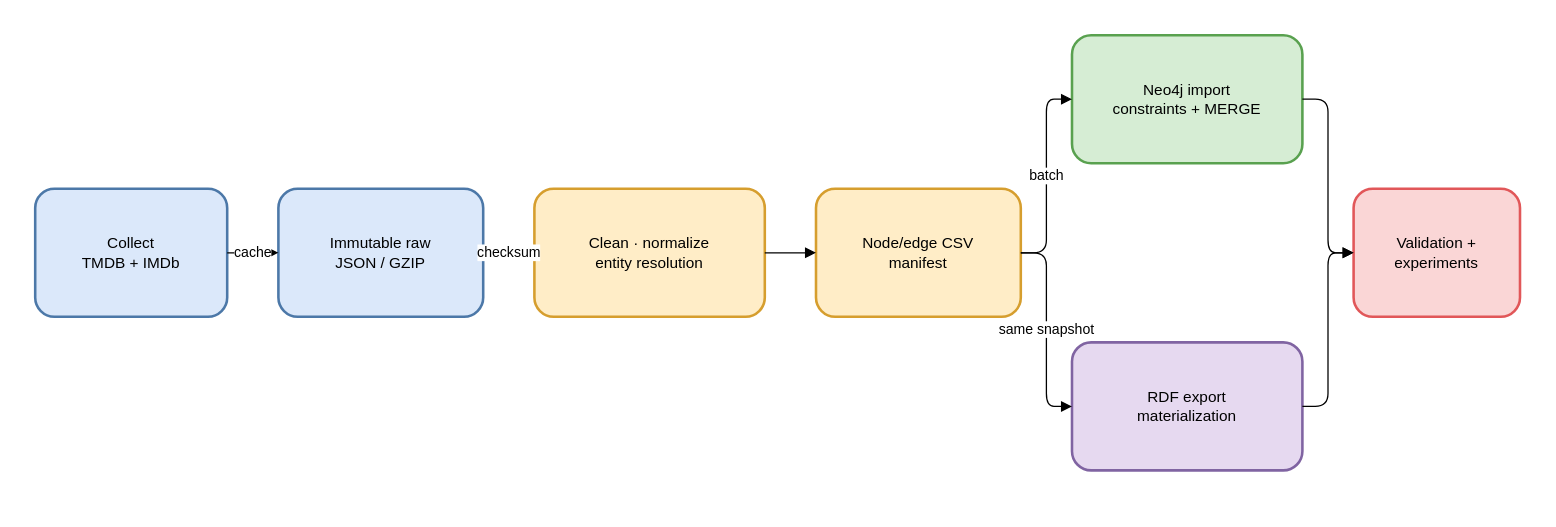
This is report_latex/images/sources/etl_pipeline.drawio from khanhhk/advanced_database, a draw.io file, before an edit. Source tidied: cells renumbered, new cells numbered last; positions are measured from the earlier drawing's top-left corner, leaving out a move shared by most shapes. Both pictures are drawn from the tidied source at 128%, with x=0, y=0 at pixel (35, 35).
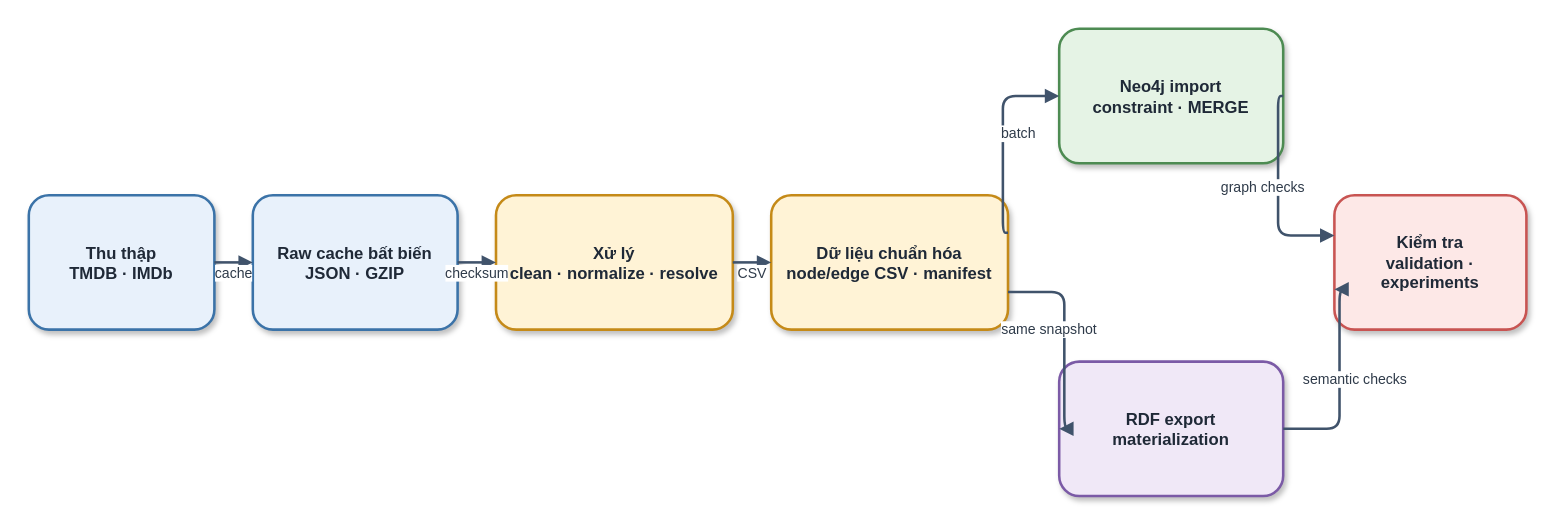
The same diagram, later.

Change to the diagram source:
```diff
@@
-    <mxCell id="2" value="Collect&#10;TMDB + IMDb" style="rounded=1;whiteSpace=wrap;html=1;fillColor=#dbe8fa;strokeColor=#4c78a8;strokeWidth=2;" parent="1" vertex="1">
-      <mxGeometry y="120" width="150" height="100" as="geometry" />
+    <mxCell id="2" value="Thu thập&#10;TMDB · IMDb" style="rounded=1;whiteSpace=wrap;html=1;fillColor=#E8F1FB;strokeColor=#3B73A8;strokeWidth=2;fontSize=13;fontColor=#1F2937;fontStyle=1;spacing=8;shadow=1;" parent="1" vertex="1">
+      <mxGeometry x="-5" y="125" width="145" height="105" as="geometry" />
     </mxCell>
-    <mxCell id="3" value="Immutable raw&#10;JSON / GZIP" style="rounded=1;whiteSpace=wrap;html=1;fillColor=#dbe8fa;strokeColor=#4c78a8;strokeWidth=2;" parent="1" vertex="1">
-      <mxGeometry x="190" y="120" width="160" height="100" as="geometry" />
+    <mxCell id="3" value="Raw cache bất biến&#10;JSON · GZIP" style="rounded=1;whiteSpace=wrap;html=1;fillColor=#E8F1FB;strokeColor=#3B73A8;strokeWidth=2;fontSize=13;fontColor=#1F2937;fontStyle=1;spacing=8;shadow=1;" parent="1" vertex="1">
+      <mxGeometry x="170" y="125" width="160" height="105" as="geometry" />
     </mxCell>
-    <mxCell id="4" value="Clean · normalize&#10;entity resolution" style="rounded=1;whiteSpace=wrap;html=1;fillColor=#ffedc7;strokeColor=#d69e2e;strokeWidth=2;" parent="1" vertex="1">
-      <mxGeometry x="390" y="120" width="180" height="100" as="geometry" />
+    <mxCell id="4" value="Xử lý&#10;clean · normalize · resolve" style="rounded=1;whiteSpace=wrap;html=1;fillColor=#FFF3D6;strokeColor=#C58A18;strokeWidth=2;fontSize=13;fontColor=#1F2937;fontStyle=1;spacing=8;shadow=1;" parent="1" vertex="1">
+      <mxGeometry x="360" y="125" width="185" height="105" as="geometry" />
     </mxCell>
-    <mxCell id="5" value="Node/edge CSV&#10;manifest" style="rounded=1;whiteSpace=wrap;html=1;fillColor=#ffedc7;strokeColor=#d69e2e;strokeWidth=2;" parent="1" vertex="1">
-      <mxGeometry x="610" y="120" width="160" height="100" as="geometry" />
+    <mxCell id="5" value="Dữ liệu chuẩn hóa&#10;node/edge CSV · manifest" style="rounded=1;whiteSpace=wrap;html=1;fillColor=#FFF3D6;strokeColor=#C58A18;strokeWidth=2;fontSize=13;fontColor=#1F2937;fontStyle=1;spacing=8;shadow=1;" parent="1" vertex="1">
+      <mxGeometry x="575" y="125" width="185" height="105" as="geometry" />
     </mxCell>
-    <mxCell id="6" value="Neo4j import&#10;constraints + MERGE" style="rounded=1;whiteSpace=wrap;html=1;fillColor=#d6edd4;strokeColor=#59a14f;strokeWidth=2;" parent="1" vertex="1">
-      <mxGeometry x="810" width="180" height="100" as="geometry" />
+    <mxCell id="6" value="Neo4j import&#10;constraint · MERGE" style="rounded=1;whiteSpace=wrap;html=1;fillColor=#E5F3E5;strokeColor=#4D8B52;strokeWidth=2;fontSize=13;fontColor=#1F2937;fontStyle=1;spacing=8;shadow=1;" parent="1" vertex="1">
+      <mxGeometry x="800" y="-5" width="175" height="105" as="geometry" />
     </mxCell>
-    <mxCell id="7" value="RDF export&#10;materialization" style="rounded=1;whiteSpace=wrap;html=1;fillColor=#e6d9f0;strokeColor=#8064a2;strokeWidth=2;" parent="1" vertex="1">
-      <mxGeometry x="810" y="240" width="180" height="100" as="geometry" />
+    <mxCell id="7" value="RDF export&#10;materialization" style="rounded=1;whiteSpace=wrap;html=1;fillColor=#F0E8F7;strokeColor=#7B5AA6;strokeWidth=2;fontSize=13;fontColor=#1F2937;fontStyle=1;spacing=8;shadow=1;" parent="1" vertex="1">
+      <mxGeometry x="800" y="255" width="175" height="105" as="geometry" />
     </mxCell>
-    <mxCell id="8" value="Validation +&#10;experiments" style="rounded=1;whiteSpace=wrap;html=1;fillColor=#fad6d6;strokeColor=#e15759;strokeWidth=2;" parent="1" vertex="1">
-      <mxGeometry x="1030" y="120" width="130" height="100" as="geometry" />
+    <mxCell id="8" value="Kiểm tra&#10;validation · experiments" style="rounded=1;whiteSpace=wrap;html=1;fillColor=#FDE8E7;strokeColor=#C85452;strokeWidth=2;fontSize=13;fontColor=#1F2937;fontStyle=1;spacing=8;shadow=1;" parent="1" vertex="1">
+      <mxGeometry x="1015" y="125" width="150" height="105" as="geometry" />
     </mxCell>
-    <mxCell id="9" value="cache" style="edgeStyle=orthogonalEdgeStyle;rounded=1;jettySize=auto;html=1;endArrow=block;exitX=1;exitY=0.5;exitDx=0;exitDy=0;entryX=0;entryY=0.5;entryDx=0;entryDy=0;" parent="1" edge="1" source="2" target="3">
-      <mxGeometry relative="1" as="geometry" />
+    <mxCell id="9" value="cache" style="edgeStyle=orthogonalEdgeStyle;rounded=1;jettySize=auto;html=1;endArrow=block;endFill=1;strokeColor=#40536B;strokeWidth=2;fontSize=11;fontColor=#2F3B4A;labelBackgroundColor=#FFFFFF;spacingBottom=8;exitX=1;exitY=0.5;exitDx=0;exitDy=0;entryX=0;entryY=0.5;entryDx=0;entryDy=0;" parent="1" edge="1" source="2" target="3">
+      <mxGeometry y="-12" relative="1" as="geometry" />
     </mxCell>
-    <mxCell id="10" value="checksum" style="edgeStyle=orthogonalEdgeStyle;rounded=1;jettySize=auto;html=1;endArrow=block;exitX=1;exitY=0.5;exitDx=0;exitDy=0;entryX=0;entryY=0.5;entryDx=0;entryDy=0;" parent="1" edge="1" source="3" target="4">
-      <mxGeometry relative="1" as="geometry" />
+    <mxCell id="10" value="checksum" style="edgeStyle=orthogonalEdgeStyle;rounded=1;jettySize=auto;html=1;endArrow=block;endFill=1;strokeColor=#40536B;strokeWidth=2;fontSize=11;fontColor=#2F3B4A;labelBackgroundColor=#FFFFFF;spacingBottom=8;exitX=1;exitY=0.5;exitDx=0;exitDy=0;entryX=0;entryY=0.5;entryDx=0;entryDy=0;" parent="1" edge="1" source="3" target="4">
+      <mxGeometry y="-12" relative="1" as="geometry" />
     </mxCell>
-    <mxCell id="11" style="edgeStyle=orthogonalEdgeStyle;rounded=1;jettySize=auto;html=1;endArrow=block;exitX=1;exitY=0.5;exitDx=0;exitDy=0;entryX=0;entryY=0.5;entryDx=0;entryDy=0;" parent="1" edge="1" source="4" target="5">
-      <mxGeometry relative="1" as="geometry" />
+    <mxCell id="11" value="CSV" style="edgeStyle=orthogonalEdgeStyle;rounded=1;jettySize=auto;html=1;endArrow=block;endFill=1;strokeColor=#40536B;strokeWidth=2;fontSize=11;fontColor=#2F3B4A;labelBackgroundColor=#FFFFFF;spacingBottom=8;exitX=1;exitY=0.5;exitDx=0;exitDy=0;entryX=0;entryY=0.5;entryDx=0;entryDy=0;" parent="1" edge="1" source="4" target="5">
+      <mxGeometry y="-12" relative="1" as="geometry" />
     </mxCell>
-    <mxCell id="12" value="batch" style="edgeStyle=orthogonalEdgeStyle;rounded=1;jettySize=auto;html=1;endArrow=block;exitX=1;exitY=0.5;exitDx=0;exitDy=0;entryX=0;entryY=0.5;entryDx=0;entryDy=0;" parent="1" edge="1" source="5" target="6">
-      <mxGeometry relative="1" as="geometry" />
+    <mxCell id="12" value="batch" style="edgeStyle=orthogonalEdgeStyle;rounded=1;jettySize=auto;html=1;endArrow=block;endFill=1;strokeColor=#40536B;strokeWidth=2;fontSize=11;fontColor=#2F3B4A;labelBackgroundColor=#FFFFFF;spacingBottom=8;exitX=1;exitY=0.28;exitDx=0;exitDy=0;entryX=0;entryY=0.5;entryDx=0;entryDy=0;" parent="1" edge="1" source="5" target="6">
+      <mxGeometry y="-12" relative="1" as="geometry">
+        <Array as="points">
+          <mxPoint x="756" y="154" />
+          <mxPoint x="756" y="47" />
+        </Array>
+      </mxGeometry>
     </mxCell>
-    <mxCell id="13" value="same snapshot" style="edgeStyle=orthogonalEdgeStyle;rounded=1;jettySize=auto;html=1;endArrow=block;exitX=1;exitY=0.5;exitDx=0;exitDy=0;entryX=0;entryY=0.5;entryDx=0;entryDy=0;" parent="1" edge="1" source="5" target="7">
-      <mxGeometry relative="1" as="geometry" />
+    <mxCell id="13" value="same snapshot" style="edgeStyle=orthogonalEdgeStyle;rounded=1;jettySize=auto;html=1;endArrow=block;endFill=1;strokeColor=#40536B;strokeWidth=2;fontSize=11;fontColor=#2F3B4A;labelBackgroundColor=#FFFFFF;spacingBottom=8;exitX=1;exitY=0.72;exitDx=0;exitDy=0;entryX=0;entryY=0.5;entryDx=0;entryDy=0;" parent="1" edge="1" source="5" target="7">
+      <mxGeometry y="-12" relative="1" as="geometry">
+        <Array as="points">
+          <mxPoint x="804" y="201" />
+          <mxPoint x="804" y="307" />
+        </Array>
+      </mxGeometry>
     </mxCell>
-    <mxCell id="14" style="edgeStyle=orthogonalEdgeStyle;rounded=1;jettySize=auto;html=1;endArrow=block;exitX=1;exitY=0.5;exitDx=0;exitDy=0;entryX=0;entryY=0.5;entryDx=0;entryDy=0;" parent="1" edge="1" source="6" target="8">
-      <mxGeometry relative="1" as="geometry" />
+    <mxCell id="14" value="graph checks" style="edgeStyle=orthogonalEdgeStyle;rounded=1;jettySize=auto;html=1;endArrow=block;endFill=1;strokeColor=#40536B;strokeWidth=2;fontSize=11;fontColor=#2F3B4A;labelBackgroundColor=#FFFFFF;spacingBottom=8;exitX=1;exitY=0.5;exitDx=0;exitDy=0;entryX=0;entryY=0.30000000000000004;entryDx=0;entryDy=0;" parent="1" edge="1" source="6" target="8">
+      <mxGeometry y="-12" relative="1" as="geometry">
+        <Array as="points">
+          <mxPoint x="971" y="47" />
+          <mxPoint x="971" y="156" />
+        </Array>
+      </mxGeometry>
     </mxCell>
-    <mxCell id="15" style="edgeStyle=orthogonalEdgeStyle;rounded=1;jettySize=auto;html=1;endArrow=block;exitX=1;exitY=0.5;exitDx=0;exitDy=0;entryX=0;entryY=0.5;entryDx=0;entryDy=0;" parent="1" edge="1" source="7" target="8">
-      <mxGeometry relative="1" as="geometry" />
+    <mxCell id="15" value="semantic checks" style="edgeStyle=orthogonalEdgeStyle;rounded=1;jettySize=auto;html=1;endArrow=block;endFill=1;strokeColor=#40536B;strokeWidth=2;fontSize=11;fontColor=#2F3B4A;labelBackgroundColor=#FFFFFF;spacingBottom=8;exitX=1;exitY=0.5;exitDx=0;exitDy=0;entryX=0;entryY=0.7;entryDx=0;entryDy=0;" parent="1" edge="1" source="7" target="8">
+      <mxGeometry y="-12" relative="1" as="geometry">
+        <Array as="points">
+          <mxPoint x="1019" y="307" />
+          <mxPoint x="1019" y="198" />
+        </Array>
+      </mxGeometry>
     </mxCell>
```
